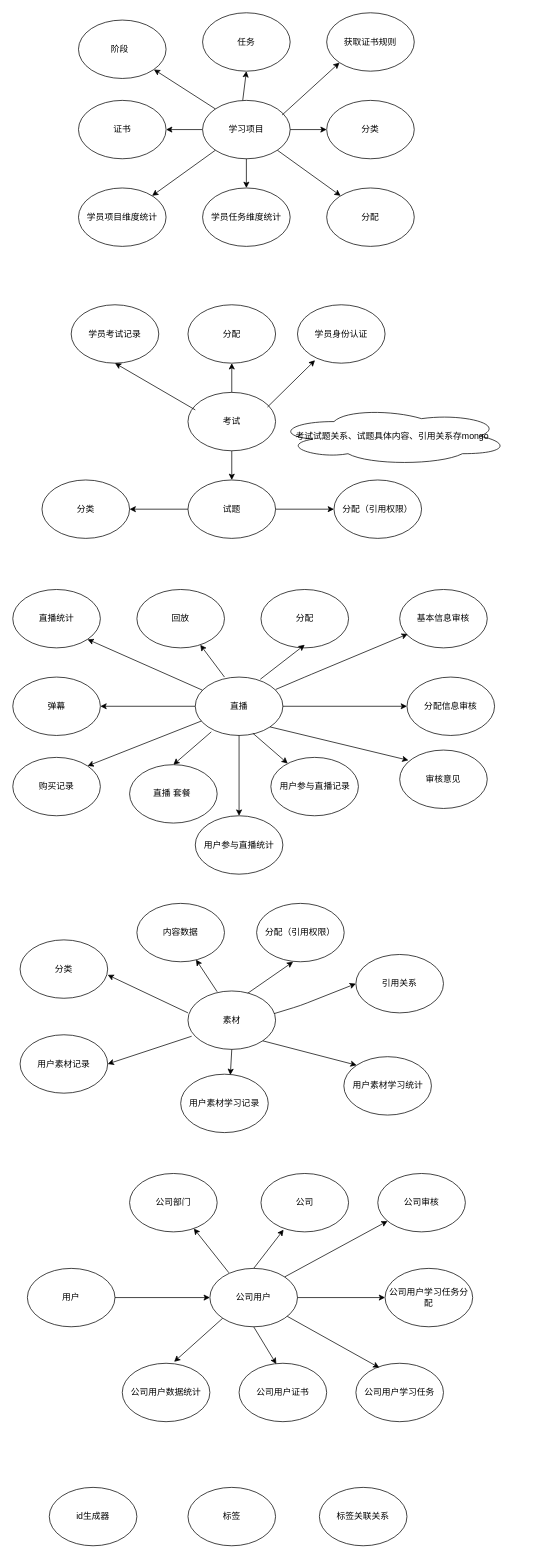
MAXAmbitious/designer keeps this draw.io diagram as 学习项目模块表关系.drawio. Above is the earlier version. Source tidied: cells renumbered, new cells numbered last; positions are measured from the earlier drawing's top-left corner, leaving out a move shared by most shapes. Both pictures are drawn from the tidied source at 73%, with x=0, y=0 at pixel (12, 12).
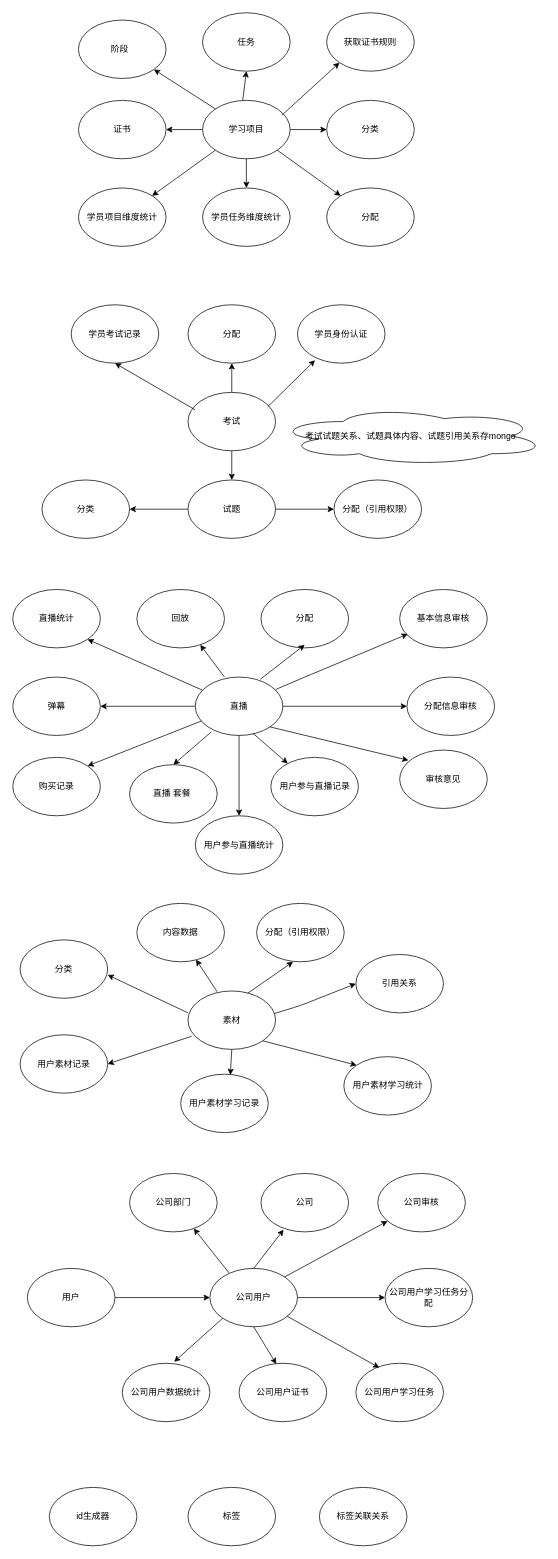
The same page after the edit.

Commit message (it also covers changes not shown here):
Update 学习项目模块表关系.drawio

Diff of the diagram source:
```diff
@@
-    <mxCell id="32" value="考试试题关系、试题具体内容、引用关系存mongo" style="ellipse;shape=cloud;whiteSpace=wrap;html=1;" parent="1" vertex="1">
-      <mxGeometry x="360" y="540" width="320" height="80" as="geometry" />
+    <mxCell id="32" value="考试试题关系、试题具体内容、试题引用关系存mongo" style="ellipse;shape=cloud;whiteSpace=wrap;html=1;" parent="1" vertex="1">
+      <mxGeometry x="360" y="540" width="370" height="80" as="geometry" />
     </mxCell>
```
